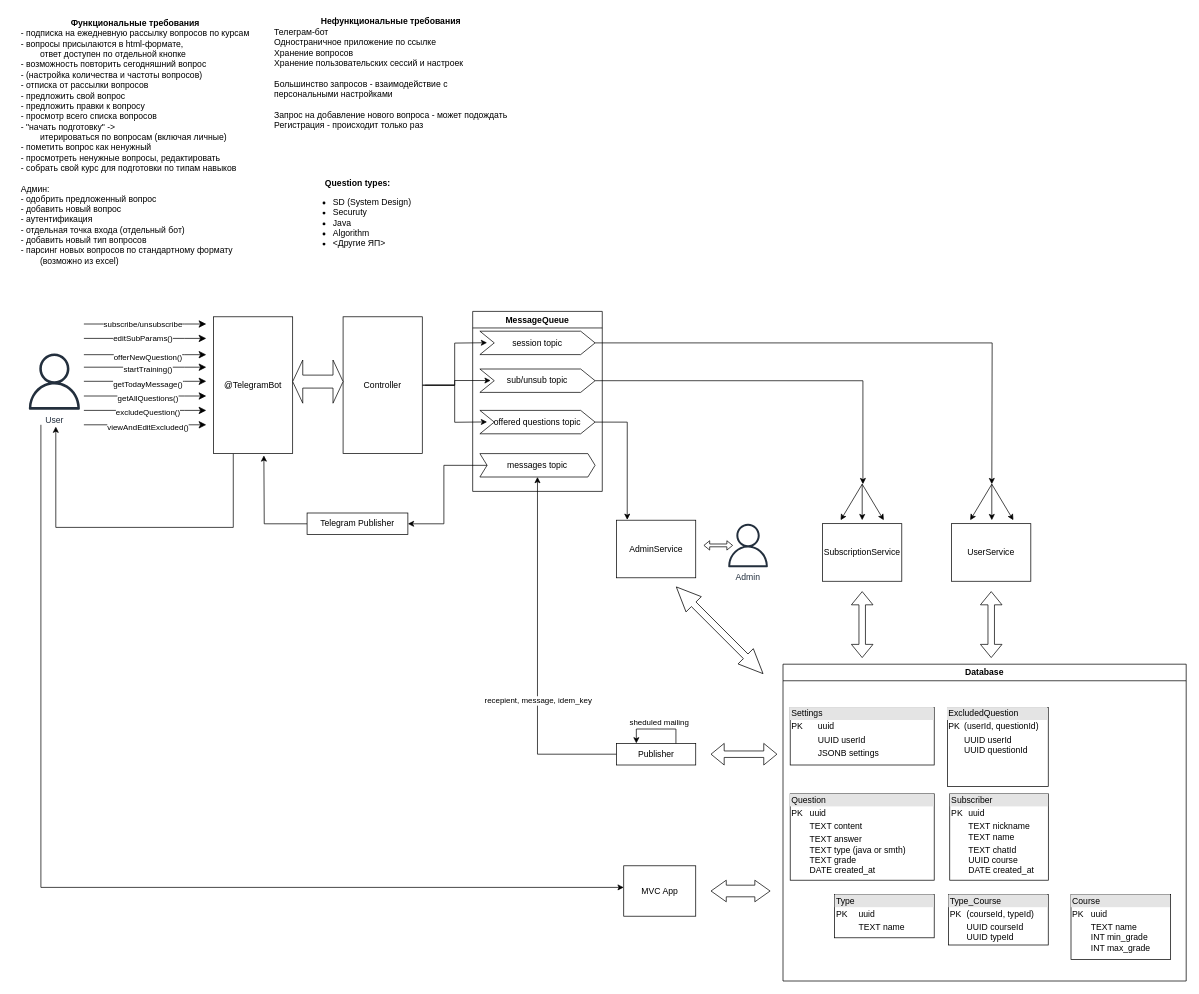
Earlier version of the draw.io diagram SobesCracker.drawio (maksarts/test-project-files). Source tidied: cells renumbered, new cells numbered last; positions are measured from the earlier drawing's top-left corner, leaving out a move shared by most shapes. Both pictures are drawn from the tidied source at 72%, with x=0, y=0 at pixel (12, 12).
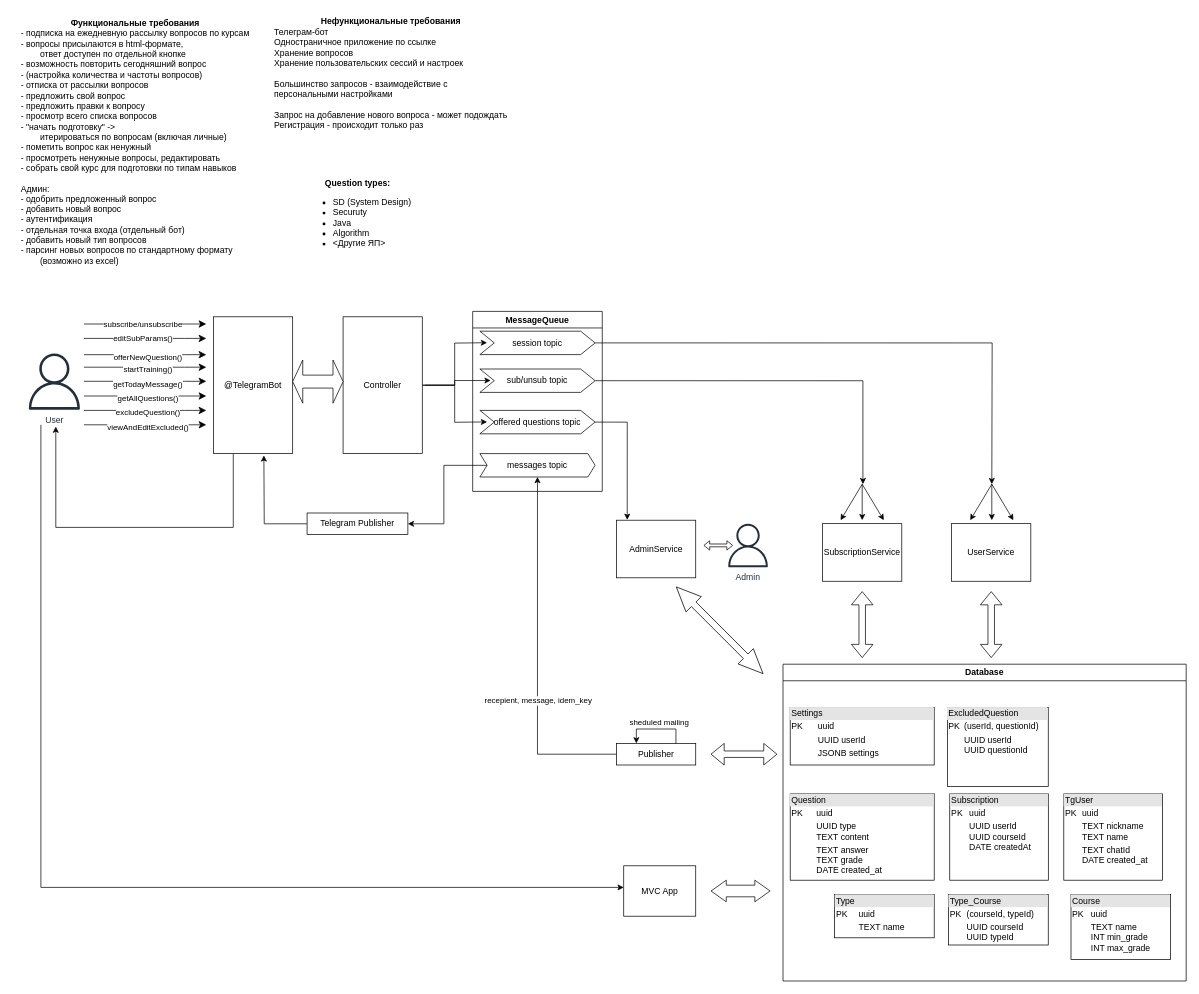
The same diagram, later.

The change refers to these unchanged cells:
```xml
<mxCell id="51" value="Database" style="swimlane;whiteSpace=wrap;html=1;" parent="1" vertex="1">
  <mxGeometry x="1070" y="905" width="560" height="440" as="geometry" />
</mxCell>
```

What changed in the source:
```diff
@@
-    <mxCell id="52" value="&lt;div style=&quot;box-sizing:border-box;width:100%;background:#e4e4e4;padding:2px;&quot;&gt;Question&lt;/div&gt;&lt;table style=&quot;width:100%;font-size:1em;&quot; cellpadding=&quot;2&quot; cellspacing=&quot;0&quot;&gt;&lt;tbody&gt;&lt;tr&gt;&lt;td&gt;PK&lt;/td&gt;&lt;td&gt;uuid&lt;/td&gt;&lt;/tr&gt;&lt;tr&gt;&lt;td&gt;&lt;br&gt;&lt;/td&gt;&lt;td&gt;TEXT content&lt;/td&gt;&lt;/tr&gt;&lt;tr&gt;&lt;td&gt;&lt;/td&gt;&lt;td&gt;TEXT answer&lt;br&gt;TEXT&amp;nbsp;type (java or smth)&lt;br&gt;TEXT grade&lt;br&gt;DATE created_at&lt;br&gt;&lt;/td&gt;&lt;/tr&gt;&lt;/tbody&gt;&lt;/table&gt;" style="verticalAlign=top;align=left;overflow=fill;html=1;whiteSpace=wrap;" parent="51" vertex="1">
+    <mxCell id="52" value="&lt;div style=&quot;box-sizing:border-box;width:100%;background:#e4e4e4;padding:2px;&quot;&gt;Question&lt;/div&gt;&lt;table style=&quot;width:100%;font-size:1em;&quot; cellpadding=&quot;2&quot; cellspacing=&quot;0&quot;&gt;&lt;tbody&gt;&lt;tr&gt;&lt;td&gt;PK&lt;/td&gt;&lt;td&gt;uuid&lt;br&gt;&lt;/td&gt;&lt;/tr&gt;&lt;tr&gt;&lt;td&gt;&lt;br&gt;&lt;/td&gt;&lt;td&gt;UUID type&lt;br&gt;TEXT content&lt;/td&gt;&lt;/tr&gt;&lt;tr&gt;&lt;td&gt;&lt;/td&gt;&lt;td&gt;TEXT answer&lt;br&gt;TEXT grade&lt;br&gt;DATE created_at&lt;br&gt;&lt;/td&gt;&lt;/tr&gt;&lt;/tbody&gt;&lt;/table&gt;" style="verticalAlign=top;align=left;overflow=fill;html=1;whiteSpace=wrap;" parent="51" vertex="1">
       <mxGeometry x="10" y="180" width="200" height="120" as="geometry" />
     </mxCell>
@@
-    <mxCell id="54" value="&lt;div style=&quot;box-sizing:border-box;width:100%;background:#e4e4e4;padding:2px;&quot;&gt;Subscriber&lt;/div&gt;&lt;table style=&quot;width:100%;font-size:1em;&quot; cellpadding=&quot;2&quot; cellspacing=&quot;0&quot;&gt;&lt;tbody&gt;&lt;tr&gt;&lt;td&gt;PK&lt;/td&gt;&lt;td&gt;uuid&lt;/td&gt;&lt;/tr&gt;&lt;tr&gt;&lt;td&gt;&lt;br&gt;&lt;/td&gt;&lt;td&gt;TEXT&amp;nbsp;nickname&lt;br&gt;TEXT&amp;nbsp;name&lt;/td&gt;&lt;/tr&gt;&lt;tr&gt;&lt;td&gt;&lt;/td&gt;&lt;td&gt;TEXT&amp;nbsp;chatId&lt;br&gt;UUID course&lt;br&gt;DATE created_at&lt;/td&gt;&lt;/tr&gt;&lt;/tbody&gt;&lt;/table&gt;" style="verticalAlign=top;align=left;overflow=fill;html=1;whiteSpace=wrap;" parent="51" vertex="1">
+    <mxCell id="54" value="&lt;div style=&quot;box-sizing:border-box;width:100%;background:#e4e4e4;padding:2px;&quot;&gt;Subscription&lt;/div&gt;&lt;table style=&quot;width:100%;font-size:1em;&quot; cellpadding=&quot;2&quot; cellspacing=&quot;0&quot;&gt;&lt;tbody&gt;&lt;tr&gt;&lt;td&gt;PK&lt;/td&gt;&lt;td&gt;uuid&lt;/td&gt;&lt;/tr&gt;&lt;tr&gt;&lt;td&gt;&lt;br&gt;&lt;/td&gt;&lt;td&gt;UUID userId&lt;br&gt;UUID courseId&lt;br&gt;DATE createdAt&lt;/td&gt;&lt;/tr&gt;&lt;/tbody&gt;&lt;/table&gt;" style="verticalAlign=top;align=left;overflow=fill;html=1;whiteSpace=wrap;" parent="51" vertex="1">
       <mxGeometry x="231.6" y="180" width="136.9" height="120" as="geometry" />
     </mxCell>
@@
+    <mxCell id="71" value="&lt;div style=&quot;box-sizing:border-box;width:100%;background:#e4e4e4;padding:2px;&quot;&gt;TgUser&lt;/div&gt;&lt;table style=&quot;width:100%;font-size:1em;&quot; cellpadding=&quot;2&quot; cellspacing=&quot;0&quot;&gt;&lt;tbody&gt;&lt;tr&gt;&lt;td&gt;PK&lt;/td&gt;&lt;td&gt;uuid&lt;/td&gt;&lt;/tr&gt;&lt;tr&gt;&lt;td&gt;&lt;br&gt;&lt;/td&gt;&lt;td&gt;TEXT&amp;nbsp;nickname&lt;br&gt;TEXT&amp;nbsp;name&lt;/td&gt;&lt;/tr&gt;&lt;tr&gt;&lt;td&gt;&lt;/td&gt;&lt;td&gt;TEXT&amp;nbsp;chatId&lt;br&gt;DATE created_at&lt;/td&gt;&lt;/tr&gt;&lt;/tbody&gt;&lt;/table&gt;" style="verticalAlign=top;align=left;overflow=fill;html=1;whiteSpace=wrap;" parent="51" vertex="1">
+      <mxGeometry x="390" y="180" width="136.9" height="120" as="geometry" />
+    </mxCell>
```
